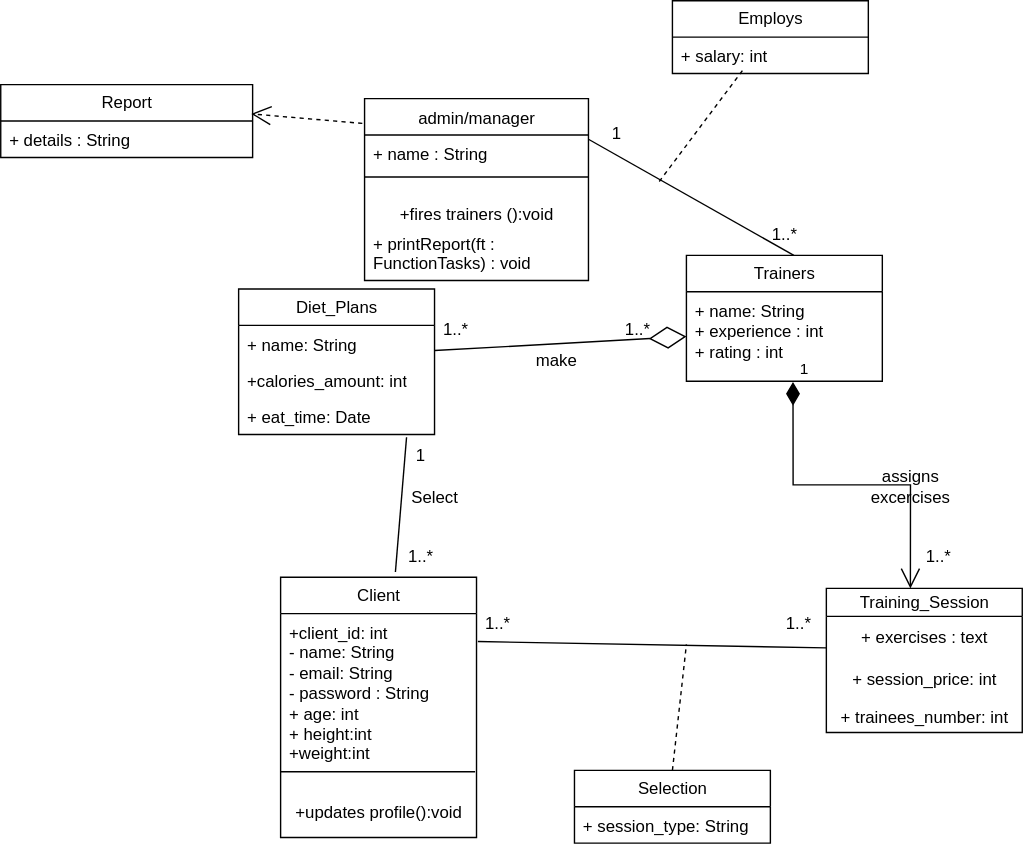
Above: Class_Diagram.drawio.svg in sam-1388/financial-analysis (draw.io), before the change. Source tidied: cells renumbered, new cells last; positions are measured from the earlier drawing's top-left corner, leaving out a move shared by most shapes.
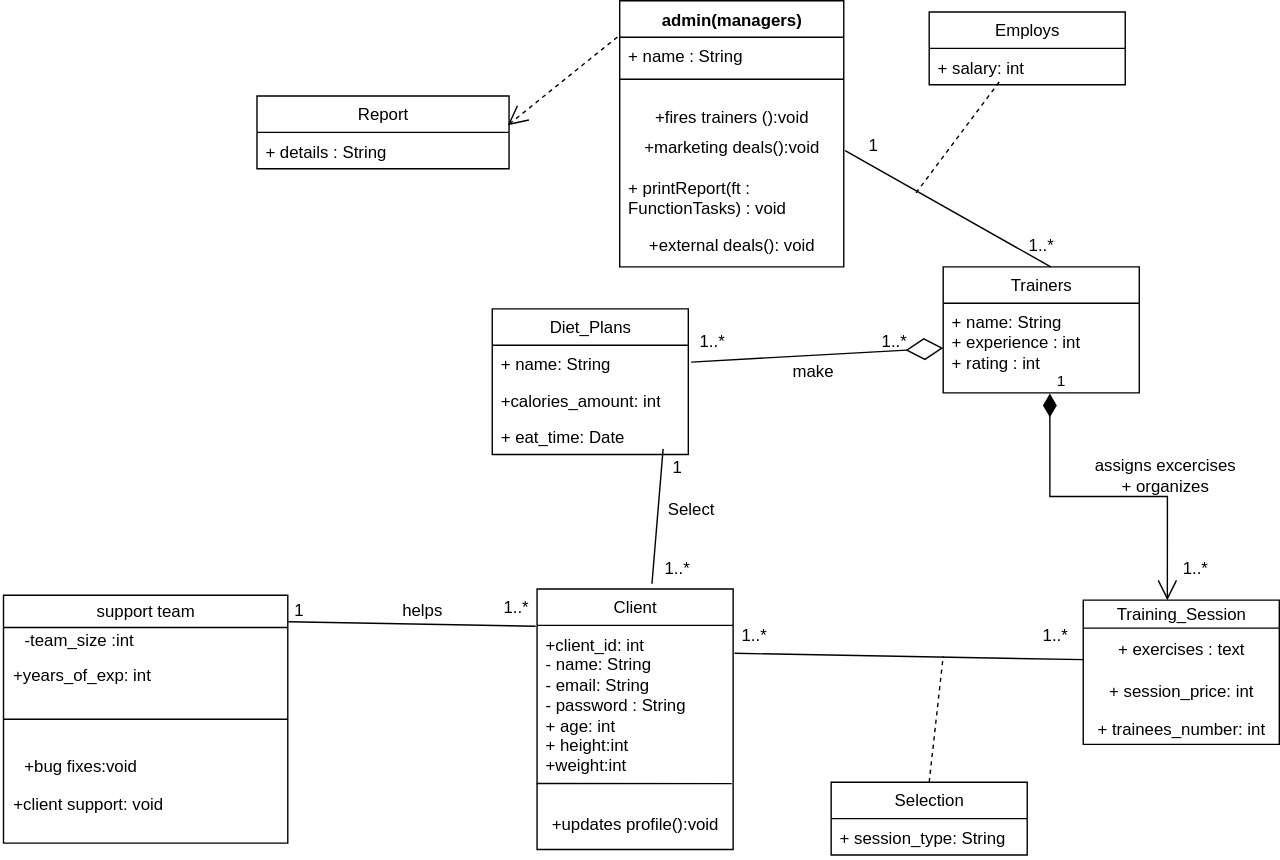
Later version of the same file.

Change to the diagram source:
```diff
@@ -37,8 +37,8 @@
     <mxCell id="12" value="1" style="endArrow=open;html=1;endSize=12;startArrow=diamondThin;startSize=14;startFill=1;edgeStyle=orthogonalEdgeStyle;align=left;verticalAlign=bottom;rounded=0;entryX=0.429;entryY=0;entryDx=0;entryDy=0;entryPerimeter=0;exitX=0.544;exitY=1.007;exitDx=0;exitDy=0;exitPerimeter=0;labelBackgroundColor=none;fontColor=default;" parent="1" edge="1" source="7" target="8">
       <mxGeometry x="-1" y="3" relative="1" as="geometry" />
     </mxCell>
-    <mxCell id="13" value="&lt;span style=&quot;font-weight: normal;&quot;&gt;admin/manager&lt;/span&gt;" style="swimlane;fontStyle=1;align=center;verticalAlign=top;horizontal=1;startSize=26;whiteSpace=wrap;html=1;labelBackgroundColor=none;" parent="1" vertex="1">
-      <mxGeometry x="260" y="70" width="160" height="130" as="geometry" />
+    <mxCell id="13" value="admin(managers)" style="swimlane;fontStyle=1;align=center;verticalAlign=top;horizontal=1;startSize=26;whiteSpace=wrap;html=1;labelBackgroundColor=none;" parent="1" vertex="1">
+      <mxGeometry x="259" y="-8" width="160" height="190" as="geometry" />
     </mxCell>
     <mxCell id="14" value="+ name : String" style="text;strokeColor=none;fillColor=none;align=left;verticalAlign=top;spacingLeft=4;spacingRight=4;overflow=hidden;whiteSpace=wrap;html=1;labelBackgroundColor=none;" parent="13" vertex="1">
       <mxGeometry y="26" width="160" height="26" as="geometry" />
@@ -49,9 +49,15 @@
     <mxCell id="16" value="&lt;div&gt;&lt;br&gt;&lt;/div&gt;&lt;div&gt;+fires trainers ():void&lt;/div&gt;" style="text;html=1;align=center;verticalAlign=middle;whiteSpace=wrap;rounded=0;" parent="13" vertex="1">
       <mxGeometry y="60" width="160" height="30" as="geometry" />
     </mxCell>
+    <mxCell id="47" value="+marketing deals():void" style="text;html=1;align=center;verticalAlign=middle;whiteSpace=wrap;rounded=0;" parent="13" vertex="1">
+      <mxGeometry y="90" width="160" height="30" as="geometry" />
+    </mxCell>
     <mxCell id="17" value="+ printReport(ft : FunctionTasks) : void" style="text;strokeColor=none;fillColor=none;align=left;verticalAlign=top;spacingLeft=4;spacingRight=4;overflow=hidden;whiteSpace=wrap;html=1;labelBackgroundColor=none;" parent="13" vertex="1">
-      <mxGeometry y="90" width="160" height="40" as="geometry" />
+      <mxGeometry y="120" width="160" height="40" as="geometry" />
     </mxCell>
+    <mxCell id="48" value="+external deals(): void" style="text;html=1;align=center;verticalAlign=middle;whiteSpace=wrap;rounded=0;" parent="13" vertex="1">
+      <mxGeometry y="160" width="160" height="30" as="geometry" />
+    </mxCell>
     <mxCell id="18" value="Report" style="swimlane;fontStyle=0;horizontal=1;startSize=26;fillColor=none;whiteSpace=wrap;html=1;labelBackgroundColor=none;" parent="1" vertex="1">
       <mxGeometry y="60" width="180" height="52" as="geometry" />
     </mxCell>
@@ -106,7 +112,7 @@
       <mxGeometry y="26" width="140" height="26" as="geometry" />
     </mxCell>
     <mxCell id="33" value="Diet_Plans" style="swimlane;fontStyle=0;horizontal=1;startSize=26;fillColor=none;whiteSpace=wrap;html=1;labelBackgroundColor=none;" parent="1" vertex="1">
-      <mxGeometry x="170" y="206" width="140" height="104" as="geometry" />
+      <mxGeometry x="168" y="212" width="140" height="104" as="geometry" />
     </mxCell>
     <mxCell id="34" value="+ name: String" style="text;align=left;verticalAlign=top;spacingLeft=4;spacingRight=4;overflow=hidden;whiteSpace=wrap;html=1;labelBackgroundColor=none;" parent="33" vertex="1">
       <mxGeometry y="26" width="140" height="26" as="geometry" />
@@ -145,11 +151,41 @@
     <mxCell id="44" value="1..*" style="text;html=1;align=center;verticalAlign=middle;whiteSpace=wrap;rounded=0;labelBackgroundColor=none;" parent="1" vertex="1">
       <mxGeometry x="640" y="382" width="60" height="30" as="geometry" />
     </mxCell>
-    <mxCell id="45" value="assigns excercises" style="text;html=1;align=center;verticalAlign=middle;whiteSpace=wrap;rounded=0;" parent="1" vertex="1">
-      <mxGeometry x="620" y="332" width="60" height="30" as="geometry" />
+    <mxCell id="45" value="assigns excercises + organizes" style="text;html=1;align=center;verticalAlign=middle;whiteSpace=wrap;rounded=0;" parent="1" vertex="1">
+      <mxGeometry x="594" y="316" width="109" height="30" as="geometry" />
     </mxCell>
     <mxCell id="46" value="make" style="text;html=1;align=center;verticalAlign=middle;whiteSpace=wrap;rounded=0;" parent="1" vertex="1">
       <mxGeometry x="367" y="242" width="60" height="30" as="geometry" />
     </mxCell>
+    <mxCell id="49" value="&lt;font style=&quot;font-weight: normal;&quot;&gt;support team&lt;/font&gt;" style="swimlane;whiteSpace=wrap;html=1;startSize=23;" parent="1" vertex="1">
+      <mxGeometry x="-181" y="416.5" width="203" height="177" as="geometry" />
+    </mxCell>
+    <mxCell id="50" value="-team_size :int&lt;div&gt;&lt;br&gt;&lt;/div&gt;" style="text;html=1;align=center;verticalAlign=middle;whiteSpace=wrap;rounded=0;" parent="49" vertex="1">
+      <mxGeometry y="24" width="108" height="30" as="geometry" />
+    </mxCell>
+    <mxCell id="51" value="+years_of_exp: int" style="text;html=1;align=center;verticalAlign=middle;whiteSpace=wrap;rounded=0;" parent="49" vertex="1">
+      <mxGeometry y="42" width="112" height="30" as="geometry" />
+    </mxCell>
+    <mxCell id="52" value="+bug fixes:void" style="text;html=1;align=center;verticalAlign=middle;whiteSpace=wrap;rounded=0;" parent="49" vertex="1">
+      <mxGeometry y="107" width="110" height="30" as="geometry" />
+    </mxCell>
+    <mxCell id="53" value="+client support: void" style="text;html=1;align=center;verticalAlign=middle;whiteSpace=wrap;rounded=0;" parent="49" vertex="1">
+      <mxGeometry x="-2" y="134" width="125" height="30" as="geometry" />
+    </mxCell>
+    <mxCell id="54" style="endArrow=none;html=1;rounded=0;entryX=1;entryY=0.5;entryDx=0;entryDy=0;exitX=0;exitY=0.5;exitDx=0;exitDy=0;" parent="1" edge="1" source="49" target="49">
+      <mxGeometry relative="1" as="geometry" />
+    </mxCell>
+    <mxCell id="55" style="endArrow=none;html=1;rounded=0;entryX=-0.007;entryY=0.005;entryDx=0;entryDy=0;entryPerimeter=0;exitX=1.002;exitY=0.107;exitDx=0;exitDy=0;exitPerimeter=0;" parent="1" edge="1" source="49" target="3">
+      <mxGeometry relative="1" as="geometry" />
+    </mxCell>
+    <mxCell id="56" value="1" style="text;html=1;align=center;verticalAlign=middle;whiteSpace=wrap;rounded=0;" parent="1" vertex="1">
+      <mxGeometry y="412" width="60" height="30" as="geometry" />
+    </mxCell>
+    <mxCell id="57" value="1..*" style="text;html=1;align=center;verticalAlign=middle;whiteSpace=wrap;rounded=0;" parent="1" vertex="1">
+      <mxGeometry x="155" y="410" width="60" height="30" as="geometry" />
+    </mxCell>
+    <mxCell id="58" value="helps" style="text;html=1;align=center;verticalAlign=middle;whiteSpace=wrap;rounded=0;" parent="1" vertex="1">
+      <mxGeometry x="88" y="412" width="60" height="30" as="geometry" />
+    </mxCell>
   </root>
 </mxGraphModel>
```
